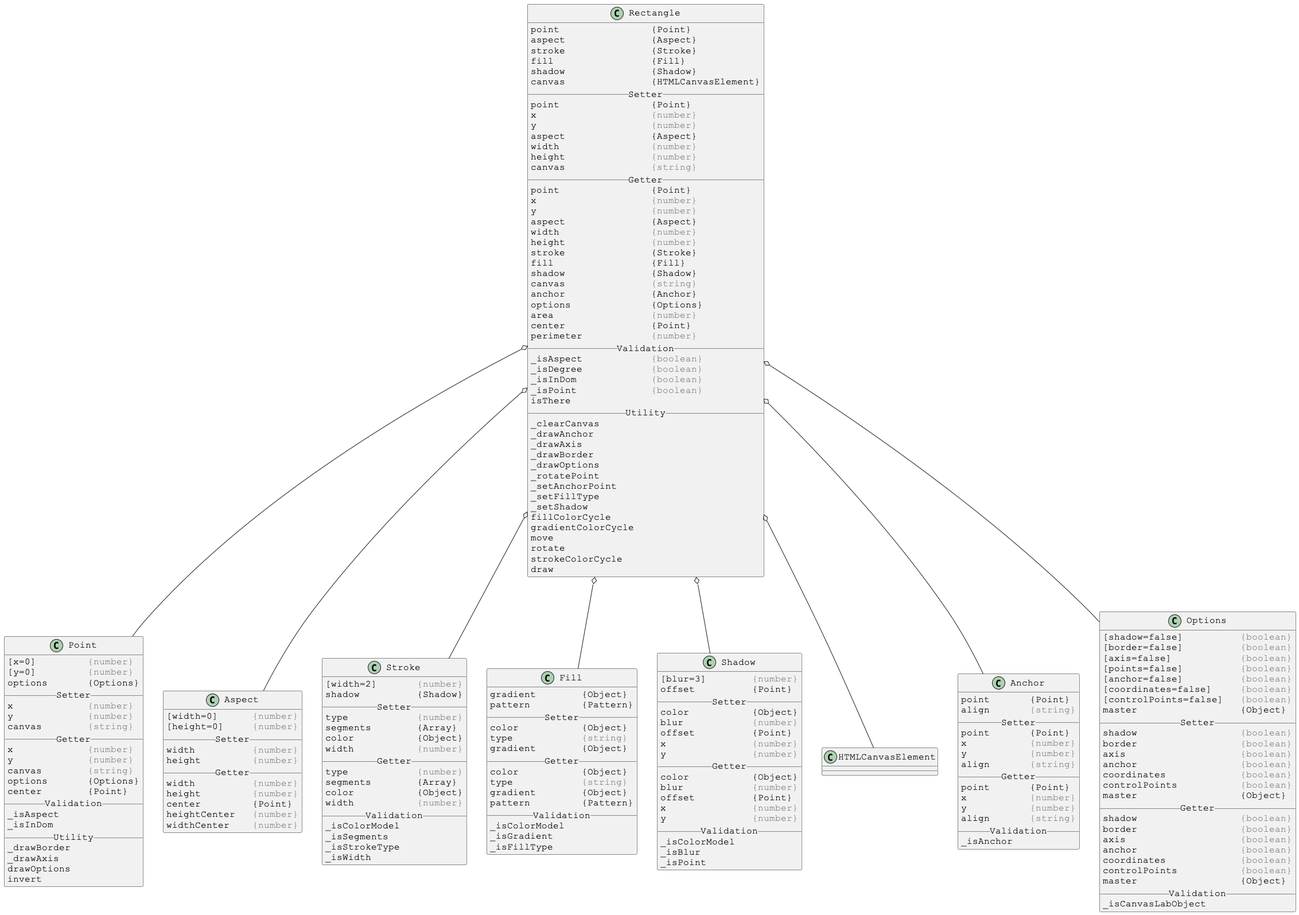
This is docs/PlantUml/images/linked/Rectangle-linked.png from Justin-Byrne/canvasLab, a PlantUML export, as it was before one commit.
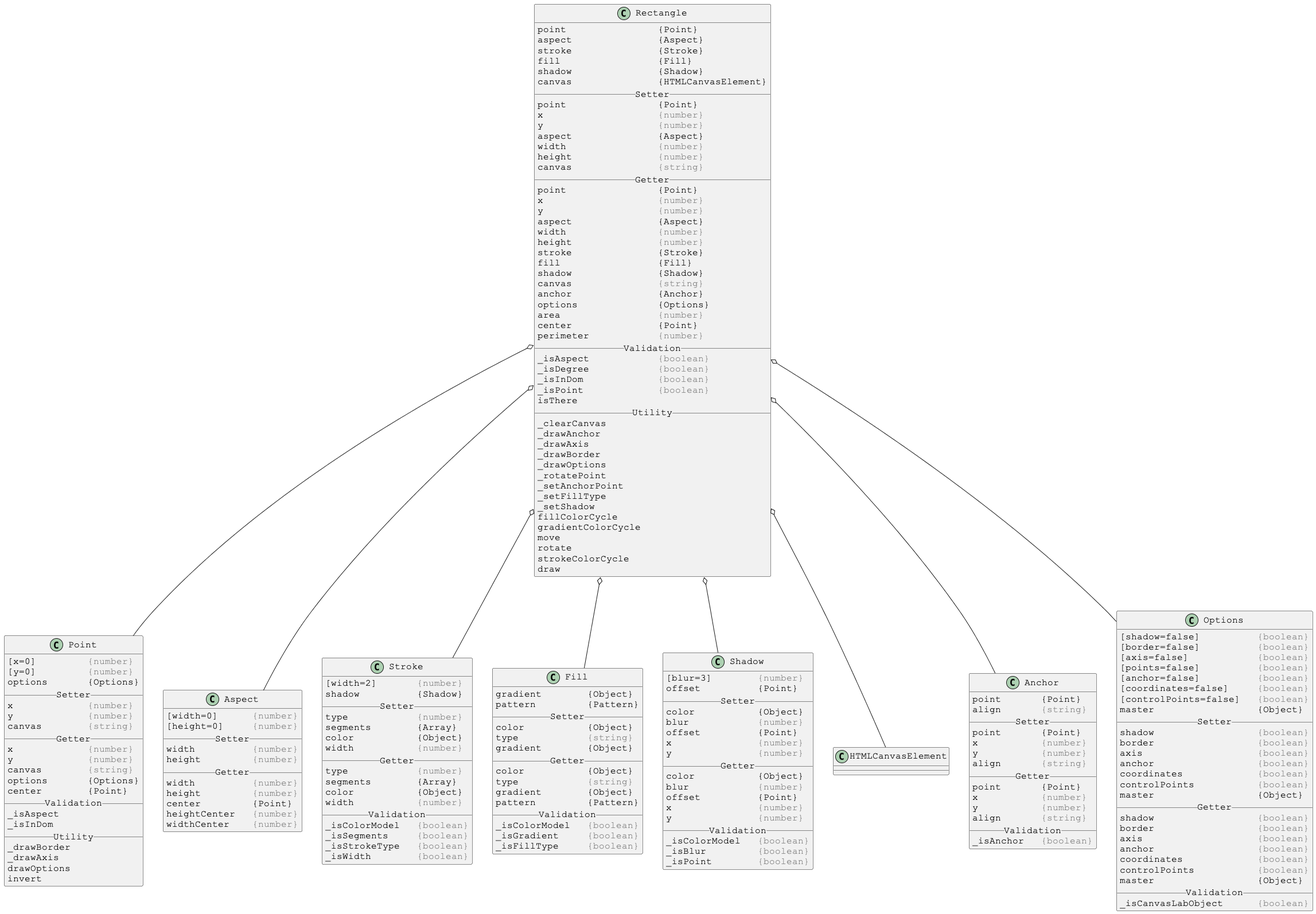
The same diagram one commit later.

What changed in the source:
```diff
@@ -134,10 +134,10 @@
 color           {Object}
 width           <color:gray>{number}</color>
 __ Validation __
-_isColorModel
-_isSegments
-_isStrokeType
-_isWidth
+_isColorModel   <color:gray>{boolean}</color>
+_isSegments     <color:gray>{boolean}</color>
+_isStrokeType   <color:gray>{boolean}</color>
+_isWidth        <color:gray>{boolean}</color>
 }
 
 
@@ -158,9 +158,9 @@
 gradient        {Object}
 pattern         {Pattern}
 __ Validation __
-_isColorModel
-_isGradient
-_isFillType
+_isColorModel   <color:gray>{boolean}</color>
+_isGradient     <color:gray>{boolean}</color>
+_isFillType     <color:gray>{boolean}</color>
 }
 
 
@@ -184,9 +184,9 @@
 x               <color:gray>{number}</color>
 y               <color:gray>{number}</color>
 __ Validation __
-_isColorModel
-_isBlur
-_isPoint
+_isColorModel   <color:gray>{boolean}</color>
+_isBlur         <color:gray>{boolean}</color>
+_isPoint        <color:gray>{boolean}</color>
 }
 
 
@@ -208,7 +208,7 @@
 y           <color:gray>{number}</color>
 align       <color:gray>{string}</color>
 __ Validation __
-_isAnchor
+_isAnchor   <color:gray>{boolean}</color>
 }
 
 
@@ -242,7 +242,7 @@
 controlPoints           <color:gray>{boolean}</color>
 master                  {Object}
 __ Validation __
-_isCanvasLabObject
+_isCanvasLabObject      <color:gray>{boolean}</color>
 }
 
 @enduml
```
